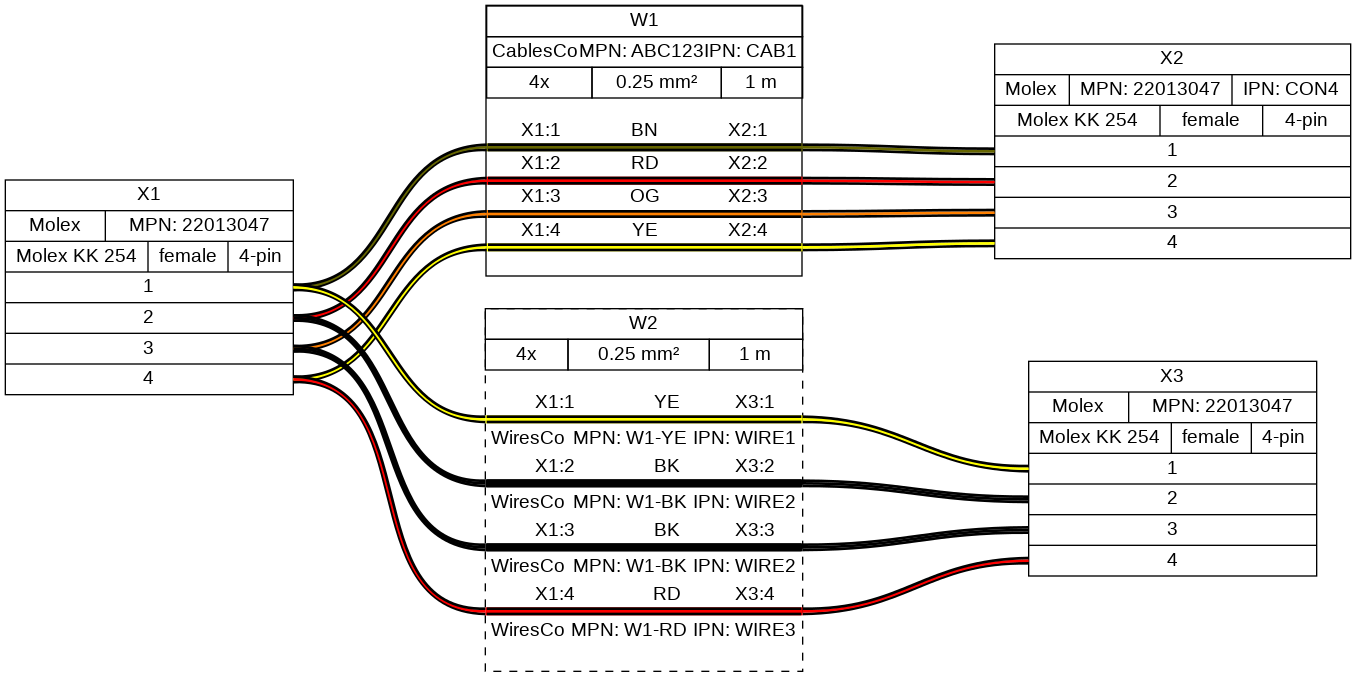
Before: tutorial/tutorial08.png, a diagram exported from Graphviz (wireviz/WireViz). Its source is kept beside it as tutorial/tutorial08.gv.
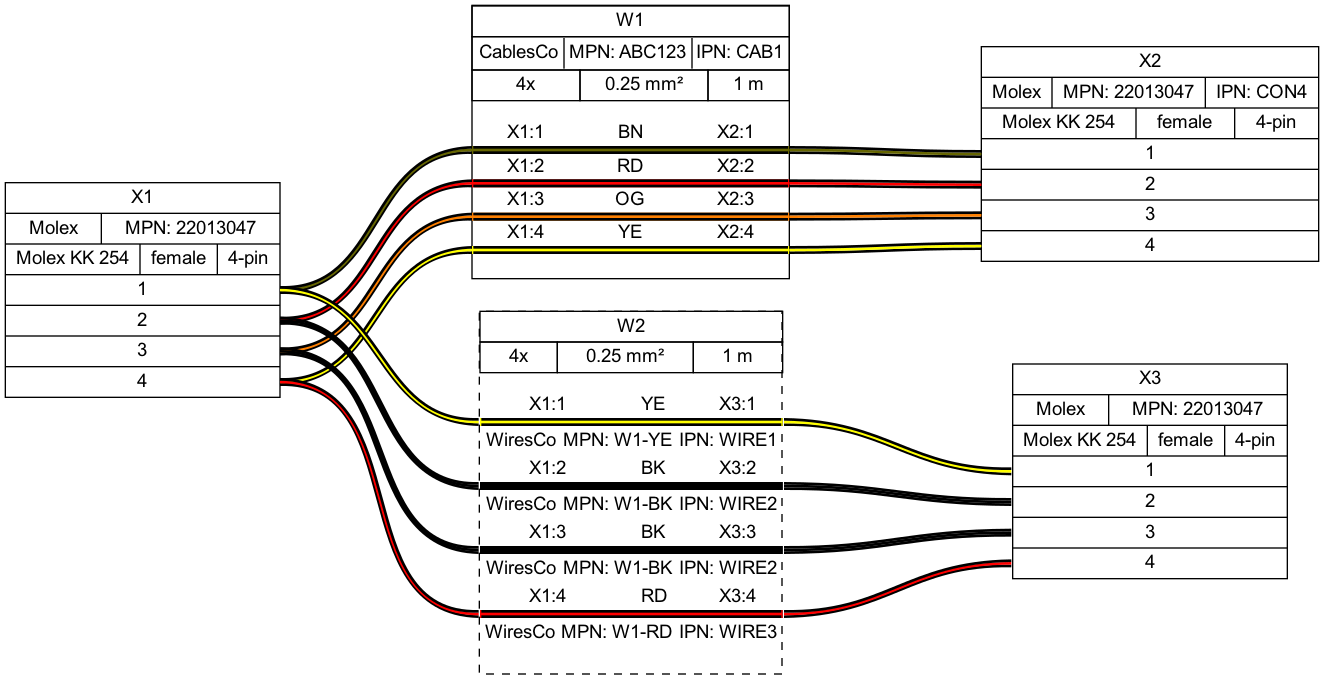
After the commit.

What changed in the source:
```diff
@@ -17,7 +17,7 @@
 	edge [color="#000000:#ffff00:#000000"]
 	X1:p4r:e -- W1:w4:w
 	W1:w4:e -- X2:p4l:w
-	W1 [label=<<table border="0" cellspacing="0" cellpadding="0"><tr><td><table border="0" cellspacing="0" cellpadding="3" cellborder="1"><tr><td colspan="3">W1</td></tr><tr><td colspan="3"><table border="0" cellspacing="0" cellpadding="0" cellborder="0"><tr><td>CablesCo</td><td>MPN: ABC123</td><td>IPN: CAB1</td></tr></table></td></tr><tr><td>4x</td><td>0.25 mm²</td><td>1 m</td></tr></table></td></tr><tr><td>&nbsp;</td></tr><tr><td><table border="0" cellspacing="0" cellborder="0"><tr><td>X1:1</td><td>BN</td><td>X2:1</td></tr><tr><td colspan="3" cellpadding="0" height="6" bgcolor="#666600" border="2" sides="tb" port="w1"></td></tr><tr><td>X1:2</td><td>RD</td><td>X2:2</td></tr><tr><td colspan="3" cellpadding="0" height="6" bgcolor="#ff0000" border="2" sides="tb" port="w2"></td></tr><tr><td>X1:3</td><td>OG</td><td>X2:3</td></tr><tr><td colspan="3" cellpadding="0" height="6" bgcolor="#ff8000" border="2" sides="tb" port="w3"></td></tr><tr><td>X1:4</td><td>YE</td><td>X2:4</td></tr><tr><td colspan="3" cellpadding="0" height="6" bgcolor="#ffff00" border="2" sides="tb" port="w4"></td></tr><tr><td>&nbsp;</td></tr></table></td></tr></table>> fillcolor=white margin=0 shape=box style=""]
+	W1 [label=<<table border="0" cellspacing="0" cellpadding="0"><tr><td><table border="0" cellspacing="0" cellpadding="3" cellborder="1"><tr><td colspan="3">W1</td></tr><tr><td colspan="3" cellpadding="0"><table border="0" cellspacing="0" cellpadding="3" cellborder="1"><tr><td sides="R">CablesCo</td><td sides="R">MPN: ABC123</td><td border="0">IPN: CAB1</td></tr></table></td></tr><tr><td>4x</td><td>0.25 mm²</td><td>1 m</td></tr></table></td></tr><tr><td>&nbsp;</td></tr><tr><td><table border="0" cellspacing="0" cellborder="0"><tr><td>X1:1</td><td>BN</td><td>X2:1</td></tr><tr><td colspan="3" cellpadding="0" height="6" bgcolor="#666600" border="2" sides="tb" port="w1"></td></tr><tr><td>X1:2</td><td>RD</td><td>X2:2</td></tr><tr><td colspan="3" cellpadding="0" height="6" bgcolor="#ff0000" border="2" sides="tb" port="w2"></td></tr><tr><td>X1:3</td><td>OG</td><td>X2:3</td></tr><tr><td colspan="3" cellpadding="0" height="6" bgcolor="#ff8000" border="2" sides="tb" port="w3"></td></tr><tr><td>X1:4</td><td>YE</td><td>X2:4</td></tr><tr><td colspan="3" cellpadding="0" height="6" bgcolor="#ffff00" border="2" sides="tb" port="w4"></td></tr><tr><td>&nbsp;</td></tr></table></td></tr></table>> fillcolor=white margin=0 shape=box style=""]
 	edge [color="#000000:#ffff00:#000000"]
 	X1:p1r:e -- W2:w1:w
 	W2:w1:e -- X3:p1l:w
```
